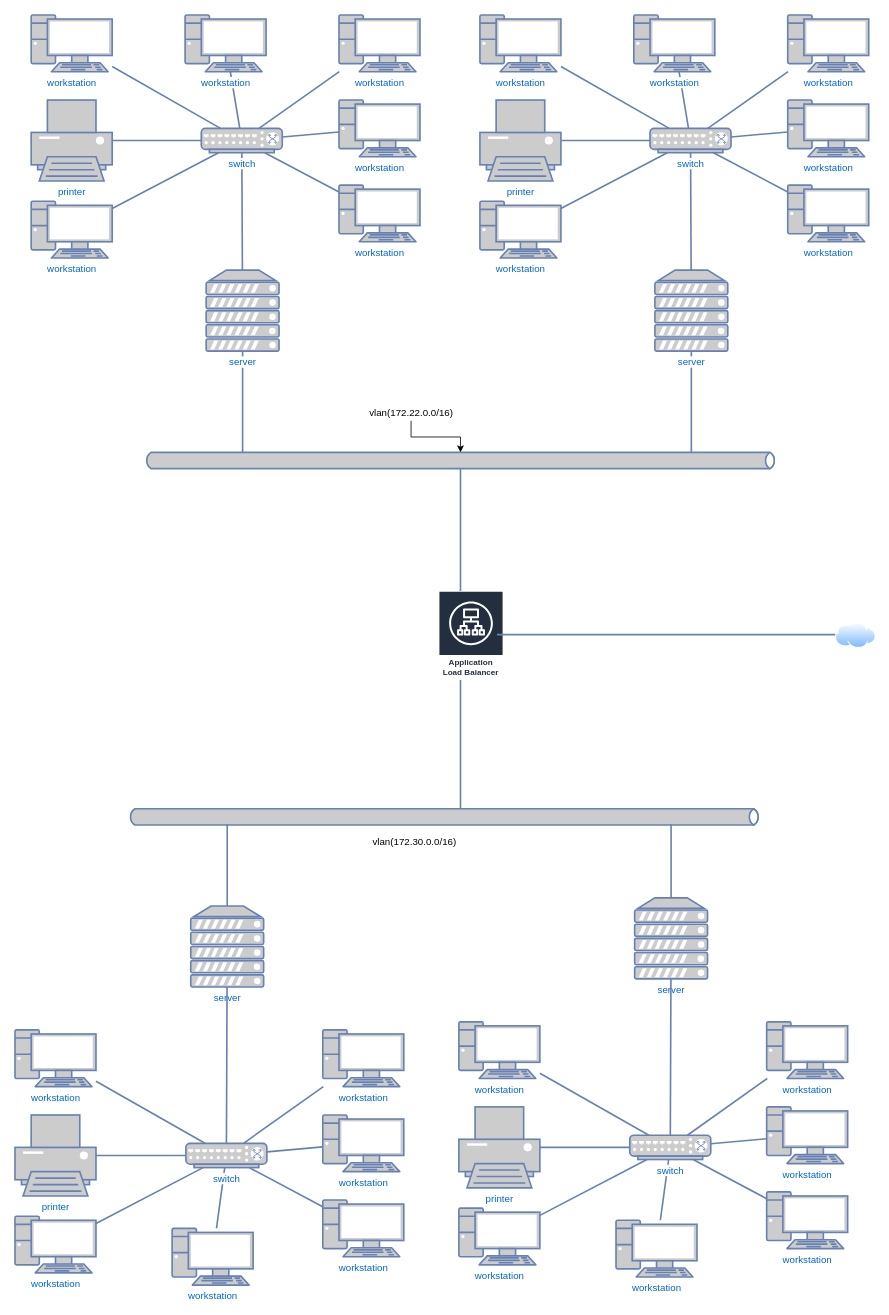
MtJolzhufeng/pyquant keeps this draw.io diagram as Untitled Diagram.drawio. Above is the earlier version. Source tidied: cells renumbered, new cells numbered last; positions are measured from the earlier drawing's top-left corner, leaving out a move shared by most shapes. Both pictures are drawn from the tidied source at 81%, with x=0, y=0 at pixel (15, 15).
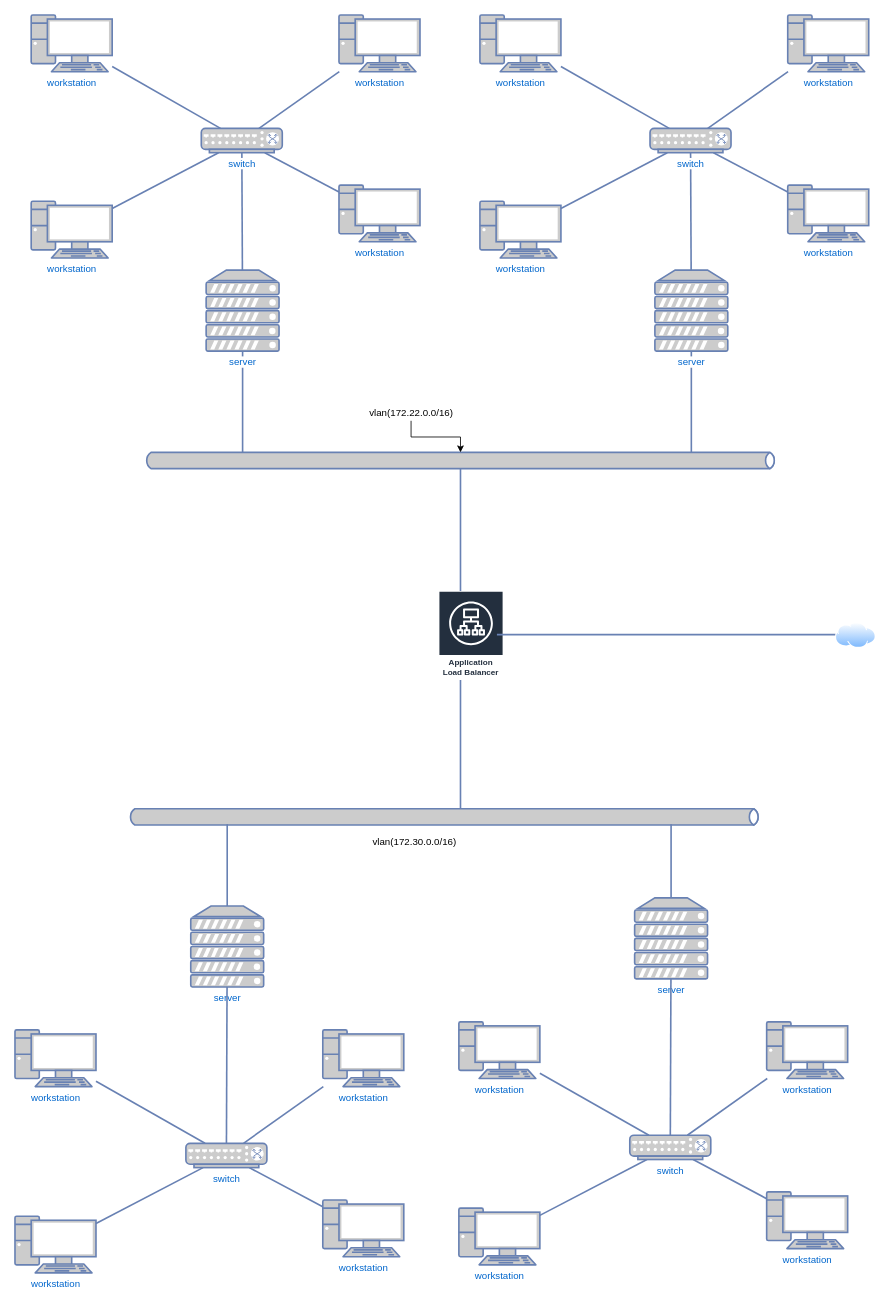
The same diagram, later.

Unchanged cells that the change refers to:
```xml
<mxCell id="15" value="switch" style="fontColor=#0066CC;verticalAlign=top;verticalLabelPosition=bottom;labelPosition=center;align=center;html=1;fillColor=#CCCCCC;strokeColor=#6881B3;gradientColor=none;gradientDirection=north;strokeWidth=2;shape=mxgraph.networks.switch;rounded=1;shadow=0;comic=0;labelBackgroundColor=#ffffff;" parent="1" vertex="1">
  <mxGeometry x="784" y="140" width="100" height="30" as="geometry" />
</mxCell>
<mxCell id="32" value="switch" style="fontColor=#0066CC;verticalAlign=top;verticalLabelPosition=bottom;labelPosition=center;align=center;html=1;fillColor=#CCCCCC;strokeColor=#6881B3;gradientColor=none;gradientDirection=north;strokeWidth=2;shape=mxgraph.networks.switch;rounded=1;shadow=0;comic=0;labelBackgroundColor=#ffffff;" parent="1" vertex="1">
  <mxGeometry x="230" y="140" width="100" height="30" as="geometry" />
</mxCell>
<mxCell id="51" value="switch" style="fontColor=#0066CC;verticalAlign=top;verticalLabelPosition=bottom;labelPosition=center;align=center;html=1;fillColor=#CCCCCC;strokeColor=#6881B3;gradientColor=none;gradientDirection=north;strokeWidth=2;shape=mxgraph.networks.switch;rounded=1;shadow=0;comic=0;labelBackgroundColor=#ffffff;" parent="1" vertex="1">
  <mxGeometry x="759" y="1383" width="100" height="30" as="geometry" />
</mxCell>
<mxCell id="68" value="switch" style="fontColor=#0066CC;verticalAlign=top;verticalLabelPosition=bottom;labelPosition=center;align=center;html=1;fillColor=#CCCCCC;strokeColor=#6881B3;gradientColor=none;gradientDirection=north;strokeWidth=2;shape=mxgraph.networks.switch;rounded=1;shadow=0;comic=0;labelBackgroundColor=#ffffff;" parent="1" vertex="1">
  <mxGeometry x="211" y="1393" width="100" height="30" as="geometry" />
</mxCell>
```

Change to the diagram source:
```diff
@@
-    <mxCell id="9" style="edgeStyle=none;html=1;labelBackgroundColor=none;endArrow=none;strokeWidth=2;fontFamily=Verdana;fontSize=28;fontColor=#0066CC;rounded=0;strokeColor=#6881B3;" parent="1" edge="1" source="15" target="17">
-      <mxGeometry relative="1" as="geometry" />
-    </mxCell>
@@
-    <mxCell id="12" style="edgeStyle=none;html=1;labelBackgroundColor=none;endArrow=none;strokeWidth=2;fontFamily=Verdana;fontSize=28;fontColor=#0066CC;rounded=0;strokeColor=#6881B3;" parent="1" edge="1" source="15" target="20">
-      <mxGeometry relative="1" as="geometry" />
-    </mxCell>
@@
-    <mxCell id="17" value="workstation" style="fontColor=#0066CC;verticalAlign=top;verticalLabelPosition=bottom;labelPosition=center;align=center;html=1;fillColor=#CCCCCC;strokeColor=#6881B3;gradientColor=none;gradientDirection=north;strokeWidth=2;shape=mxgraph.networks.pc;rounded=1;shadow=0;comic=0;labelBackgroundColor=#ffffff;" parent="1" vertex="1">
-      <mxGeometry x="764" width="100" height="70" as="geometry" />
-    </mxCell>
@@
-    <mxCell id="20" value="workstation" style="fontColor=#0066CC;verticalAlign=top;verticalLabelPosition=bottom;labelPosition=center;align=center;html=1;fillColor=#CCCCCC;strokeColor=#6881B3;gradientColor=none;gradientDirection=north;strokeWidth=2;shape=mxgraph.networks.pc;rounded=1;shadow=0;comic=0;labelBackgroundColor=#ffffff;" parent="1" vertex="1">
-      <mxGeometry x="954" y="105" width="100" height="70" as="geometry" />
-    </mxCell>
@@
-    <mxCell id="22" style="edgeStyle=none;html=1;labelBackgroundColor=none;endArrow=none;strokeWidth=2;fontFamily=Verdana;fontSize=28;fontColor=#0066CC;rounded=0;strokeColor=#6881B3;" parent="1" edge="1" source="23" target="15">
-      <mxGeometry relative="1" as="geometry" />
-    </mxCell>
-    <mxCell id="23" value="printer" style="fontColor=#0066CC;verticalAlign=top;verticalLabelPosition=bottom;labelPosition=center;align=center;html=1;fillColor=#CCCCCC;strokeColor=#6881B3;gradientColor=none;gradientDirection=north;strokeWidth=2;shape=mxgraph.networks.printer;rounded=1;shadow=0;comic=0;labelBackgroundColor=#ffffff;" parent="1" vertex="1">
-      <mxGeometry x="574" y="105" width="100" height="100" as="geometry" />
-    </mxCell>
@@
-    <mxCell id="26" style="edgeStyle=none;html=1;labelBackgroundColor=none;endArrow=none;strokeWidth=2;fontFamily=Verdana;fontSize=28;fontColor=#0066CC;rounded=0;strokeColor=#6881B3;" parent="1" edge="1" source="32" target="34">
-      <mxGeometry relative="1" as="geometry" />
-    </mxCell>
@@
-    <mxCell id="29" style="edgeStyle=none;html=1;labelBackgroundColor=none;endArrow=none;strokeWidth=2;fontFamily=Verdana;fontSize=28;fontColor=#0066CC;rounded=0;strokeColor=#6881B3;" parent="1" edge="1" source="32" target="37">
-      <mxGeometry relative="1" as="geometry" />
-    </mxCell>
@@
-    <mxCell id="34" value="workstation" style="fontColor=#0066CC;verticalAlign=top;verticalLabelPosition=bottom;labelPosition=center;align=center;html=1;fillColor=#CCCCCC;strokeColor=#6881B3;gradientColor=none;gradientDirection=north;strokeWidth=2;shape=mxgraph.networks.pc;rounded=1;shadow=0;comic=0;labelBackgroundColor=#ffffff;" parent="1" vertex="1">
-      <mxGeometry x="210" width="100" height="70" as="geometry" />
-    </mxCell>
@@
-    <mxCell id="37" value="workstation" style="fontColor=#0066CC;verticalAlign=top;verticalLabelPosition=bottom;labelPosition=center;align=center;html=1;fillColor=#CCCCCC;strokeColor=#6881B3;gradientColor=none;gradientDirection=north;strokeWidth=2;shape=mxgraph.networks.pc;rounded=1;shadow=0;comic=0;labelBackgroundColor=#ffffff;" parent="1" vertex="1">
-      <mxGeometry x="400" y="105" width="100" height="70" as="geometry" />
-    </mxCell>
@@
-    <mxCell id="39" style="edgeStyle=none;html=1;labelBackgroundColor=none;endArrow=none;strokeWidth=2;fontFamily=Verdana;fontSize=28;fontColor=#0066CC;rounded=0;strokeColor=#6881B3;" parent="1" edge="1" source="40" target="32">
-      <mxGeometry relative="1" as="geometry" />
-    </mxCell>
-    <mxCell id="40" value="printer" style="fontColor=#0066CC;verticalAlign=top;verticalLabelPosition=bottom;labelPosition=center;align=center;html=1;fillColor=#CCCCCC;strokeColor=#6881B3;gradientColor=none;gradientDirection=north;strokeWidth=2;shape=mxgraph.networks.printer;rounded=1;shadow=0;comic=0;labelBackgroundColor=#ffffff;" parent="1" vertex="1">
-      <mxGeometry x="20" y="105" width="100" height="100" as="geometry" />
-    </mxCell>
@@
-    <mxCell id="45" style="edgeStyle=none;html=1;labelBackgroundColor=none;endArrow=none;strokeWidth=2;fontFamily=Verdana;fontSize=28;fontColor=#0066CC;rounded=0;strokeColor=#6881B3;" parent="1" edge="1" source="51" target="53">
-      <mxGeometry relative="1" as="geometry" />
-    </mxCell>
@@
-    <mxCell id="48" style="edgeStyle=none;html=1;labelBackgroundColor=none;endArrow=none;strokeWidth=2;fontFamily=Verdana;fontSize=28;fontColor=#0066CC;rounded=0;strokeColor=#6881B3;" parent="1" edge="1" source="51" target="56">
-      <mxGeometry relative="1" as="geometry" />
-    </mxCell>
@@
-    <mxCell id="53" value="workstation" style="fontColor=#0066CC;verticalAlign=top;verticalLabelPosition=bottom;labelPosition=center;align=center;html=1;fillColor=#CCCCCC;strokeColor=#6881B3;gradientColor=none;gradientDirection=north;strokeWidth=2;shape=mxgraph.networks.pc;rounded=1;shadow=0;comic=0;labelBackgroundColor=#ffffff;" parent="1" vertex="1">
-      <mxGeometry x="742" y="1488" width="100" height="70" as="geometry" />
-    </mxCell>
@@
-    <mxCell id="56" value="workstation" style="fontColor=#0066CC;verticalAlign=top;verticalLabelPosition=bottom;labelPosition=center;align=center;html=1;fillColor=#CCCCCC;strokeColor=#6881B3;gradientColor=none;gradientDirection=north;strokeWidth=2;shape=mxgraph.networks.pc;rounded=1;shadow=0;comic=0;labelBackgroundColor=#ffffff;" parent="1" vertex="1">
-      <mxGeometry x="928" y="1348" width="100" height="70" as="geometry" />
-    </mxCell>
@@
-    <mxCell id="58" style="edgeStyle=none;html=1;labelBackgroundColor=none;endArrow=none;strokeWidth=2;fontFamily=Verdana;fontSize=28;fontColor=#0066CC;rounded=0;strokeColor=#6881B3;" parent="1" edge="1" source="59" target="51">
-      <mxGeometry relative="1" as="geometry" />
-    </mxCell>
-    <mxCell id="59" value="printer" style="fontColor=#0066CC;verticalAlign=top;verticalLabelPosition=bottom;labelPosition=center;align=center;html=1;fillColor=#CCCCCC;strokeColor=#6881B3;gradientColor=none;gradientDirection=north;strokeWidth=2;shape=mxgraph.networks.printer;rounded=1;shadow=0;comic=0;labelBackgroundColor=#ffffff;" parent="1" vertex="1">
-      <mxGeometry x="548" y="1348" width="100" height="100" as="geometry" />
-    </mxCell>
@@
-    <mxCell id="62" style="edgeStyle=none;html=1;labelBackgroundColor=none;endArrow=none;strokeWidth=2;fontFamily=Verdana;fontSize=28;fontColor=#0066CC;rounded=0;strokeColor=#6881B3;" parent="1" edge="1" source="68" target="70">
-      <mxGeometry relative="1" as="geometry" />
-    </mxCell>
@@
-    <mxCell id="65" style="edgeStyle=none;html=1;labelBackgroundColor=none;endArrow=none;strokeWidth=2;fontFamily=Verdana;fontSize=28;fontColor=#0066CC;rounded=0;strokeColor=#6881B3;" parent="1" edge="1" source="68" target="73">
-      <mxGeometry relative="1" as="geometry" />
-    </mxCell>
@@
-    <mxCell id="70" value="workstation" style="fontColor=#0066CC;verticalAlign=top;verticalLabelPosition=bottom;labelPosition=center;align=center;html=1;fillColor=#CCCCCC;strokeColor=#6881B3;gradientColor=none;gradientDirection=north;strokeWidth=2;shape=mxgraph.networks.pc;rounded=1;shadow=0;comic=0;labelBackgroundColor=#ffffff;" parent="1" vertex="1">
-      <mxGeometry x="194" y="1498" width="100" height="70" as="geometry" />
-    </mxCell>
@@
-    <mxCell id="73" value="workstation" style="fontColor=#0066CC;verticalAlign=top;verticalLabelPosition=bottom;labelPosition=center;align=center;html=1;fillColor=#CCCCCC;strokeColor=#6881B3;gradientColor=none;gradientDirection=north;strokeWidth=2;shape=mxgraph.networks.pc;rounded=1;shadow=0;comic=0;labelBackgroundColor=#ffffff;" parent="1" vertex="1">
-      <mxGeometry x="380" y="1358" width="100" height="70" as="geometry" />
-    </mxCell>
@@
-    <mxCell id="75" style="edgeStyle=none;html=1;labelBackgroundColor=none;endArrow=none;strokeWidth=2;fontFamily=Verdana;fontSize=28;fontColor=#0066CC;rounded=0;strokeColor=#6881B3;" parent="1" edge="1" source="76" target="68">
-      <mxGeometry relative="1" as="geometry" />
-    </mxCell>
-    <mxCell id="76" value="printer" style="fontColor=#0066CC;verticalAlign=top;verticalLabelPosition=bottom;labelPosition=center;align=center;html=1;fillColor=#CCCCCC;strokeColor=#6881B3;gradientColor=none;gradientDirection=north;strokeWidth=2;shape=mxgraph.networks.printer;rounded=1;shadow=0;comic=0;labelBackgroundColor=#ffffff;" parent="1" vertex="1">
-      <mxGeometry y="1358" width="100" height="100" as="geometry" />
-    </mxCell>
```
